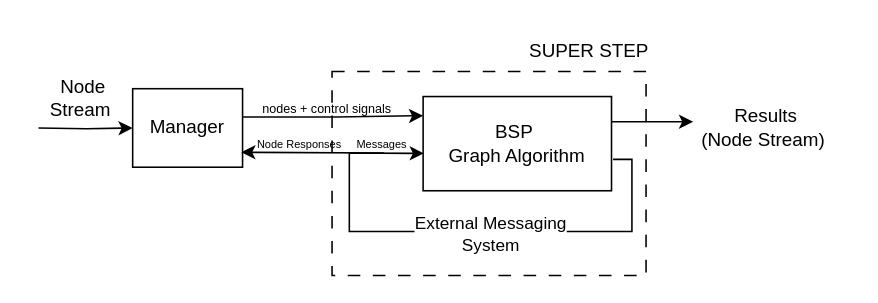
Earlier version of the draw.io diagram page "BSP" (3 of 5) of All execution models.drawio (komzy/FlinkPregelPaper). Source tidied: cells renumbered, new cells numbered last; positions are measured from the earlier drawing's top-left corner, leaving out a move shared by most shapes. Both pictures are drawn from the tidied source at 157%, with x=0, y=0 at pixel (33, 27).
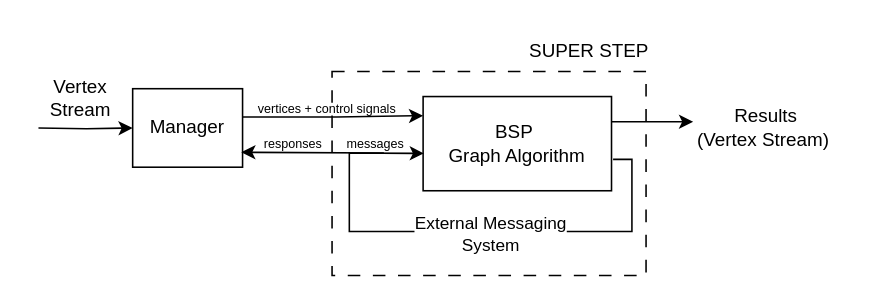
The same diagram, later.

What changed in the source:
```diff
@@
-    <mxCell id="8" value="&amp;nbsp;Results&lt;div&gt;(Node Stream)&lt;/div&gt;" style="text;html=1;whiteSpace=wrap;strokeColor=none;fillColor=none;align=center;verticalAlign=middle;rounded=0;" parent="1" vertex="1">
+    <mxCell id="8" value="&amp;nbsp;Results&lt;div&gt;(Vertex Stream)&lt;/div&gt;" style="text;html=1;whiteSpace=wrap;strokeColor=none;fillColor=none;align=center;verticalAlign=middle;rounded=0;" parent="1" vertex="1">
       <mxGeometry x="410" y="44" width="110" height="40" as="geometry" />
     </mxCell>
-    <mxCell id="9" value="&amp;nbsp;Node Stream" style="text;html=1;whiteSpace=wrap;strokeColor=none;fillColor=none;align=center;verticalAlign=middle;rounded=0;" parent="1" vertex="1">
+    <mxCell id="9" value="Vertex Stream" style="text;html=1;whiteSpace=wrap;strokeColor=none;fillColor=none;align=center;verticalAlign=middle;rounded=0;" parent="1" vertex="1">
       <mxGeometry y="30" width="60" height="30" as="geometry" />
     </mxCell>
@@
-    <mxCell id="14" value="&lt;font style=&quot;font-size: 7px;&quot;&gt;Node Responses&lt;/font&gt;" style="text;html=1;whiteSpace=wrap;strokeColor=none;fillColor=none;align=center;verticalAlign=middle;rounded=0;" parent="1" vertex="1">
-      <mxGeometry x="139" y="68" width="61" height="10" as="geometry" />
+    <mxCell id="14" value="&lt;span style=&quot;background-color: transparent; color: light-dark(rgb(0, 0, 0), rgb(255, 255, 255));&quot;&gt;&lt;font style=&quot;font-size: 8px;&quot;&gt;responses&lt;/font&gt;&lt;/span&gt;" style="text;html=1;whiteSpace=wrap;strokeColor=none;fillColor=none;align=center;verticalAlign=middle;rounded=0;" parent="1" vertex="1">
+      <mxGeometry x="135" y="68" width="61" height="10" as="geometry" />
     </mxCell>
-    <mxCell id="15" value="&lt;font style=&quot;font-size: 7px;&quot;&gt;Messages&lt;/font&gt;" style="text;html=1;whiteSpace=wrap;strokeColor=none;fillColor=none;align=center;verticalAlign=middle;rounded=0;" parent="1" vertex="1">
-      <mxGeometry x="195" y="68" width="54" height="10" as="geometry" />
+    <mxCell id="15" value="&lt;font style=&quot;font-size: 8px;&quot;&gt;messages&lt;/font&gt;" style="text;html=1;whiteSpace=wrap;strokeColor=none;fillColor=none;align=center;verticalAlign=middle;rounded=0;" parent="1" vertex="1">
+      <mxGeometry x="191" y="68" width="54" height="10" as="geometry" />
     </mxCell>
-    <mxCell id="16" value="&lt;font style=&quot;font-size: 8px;&quot;&gt;&amp;nbsp;&lt;span style=&quot;background-color: transparent; color: light-dark(rgb(0, 0, 0), rgb(255, 255, 255));&quot;&gt;nodes + control&amp;nbsp;&lt;/span&gt;&lt;/font&gt;&lt;span style=&quot;background-color: transparent; color: light-dark(rgb(0, 0, 0), rgb(255, 255, 255)); font-size: 8px;&quot;&gt;signals&lt;/span&gt;" style="text;html=1;whiteSpace=wrap;strokeColor=none;fillColor=none;align=center;verticalAlign=middle;rounded=0;" parent="1" vertex="1">
+    <mxCell id="16" value="&lt;font style=&quot;font-size: 8px;&quot;&gt;&amp;nbsp;&lt;span style=&quot;background-color: transparent; color: light-dark(rgb(0, 0, 0), rgb(255, 255, 255));&quot;&gt;vertices + control&amp;nbsp;&lt;/span&gt;&lt;/font&gt;&lt;span style=&quot;background-color: transparent; color: light-dark(rgb(0, 0, 0), rgb(255, 255, 255)); font-size: 8px;&quot;&gt;signals&lt;/span&gt;" style="text;html=1;whiteSpace=wrap;strokeColor=none;fillColor=none;align=center;verticalAlign=middle;rounded=0;" parent="1" vertex="1">
       <mxGeometry x="131" y="34" width="110" height="34" as="geometry" />
     </mxCell>
```
